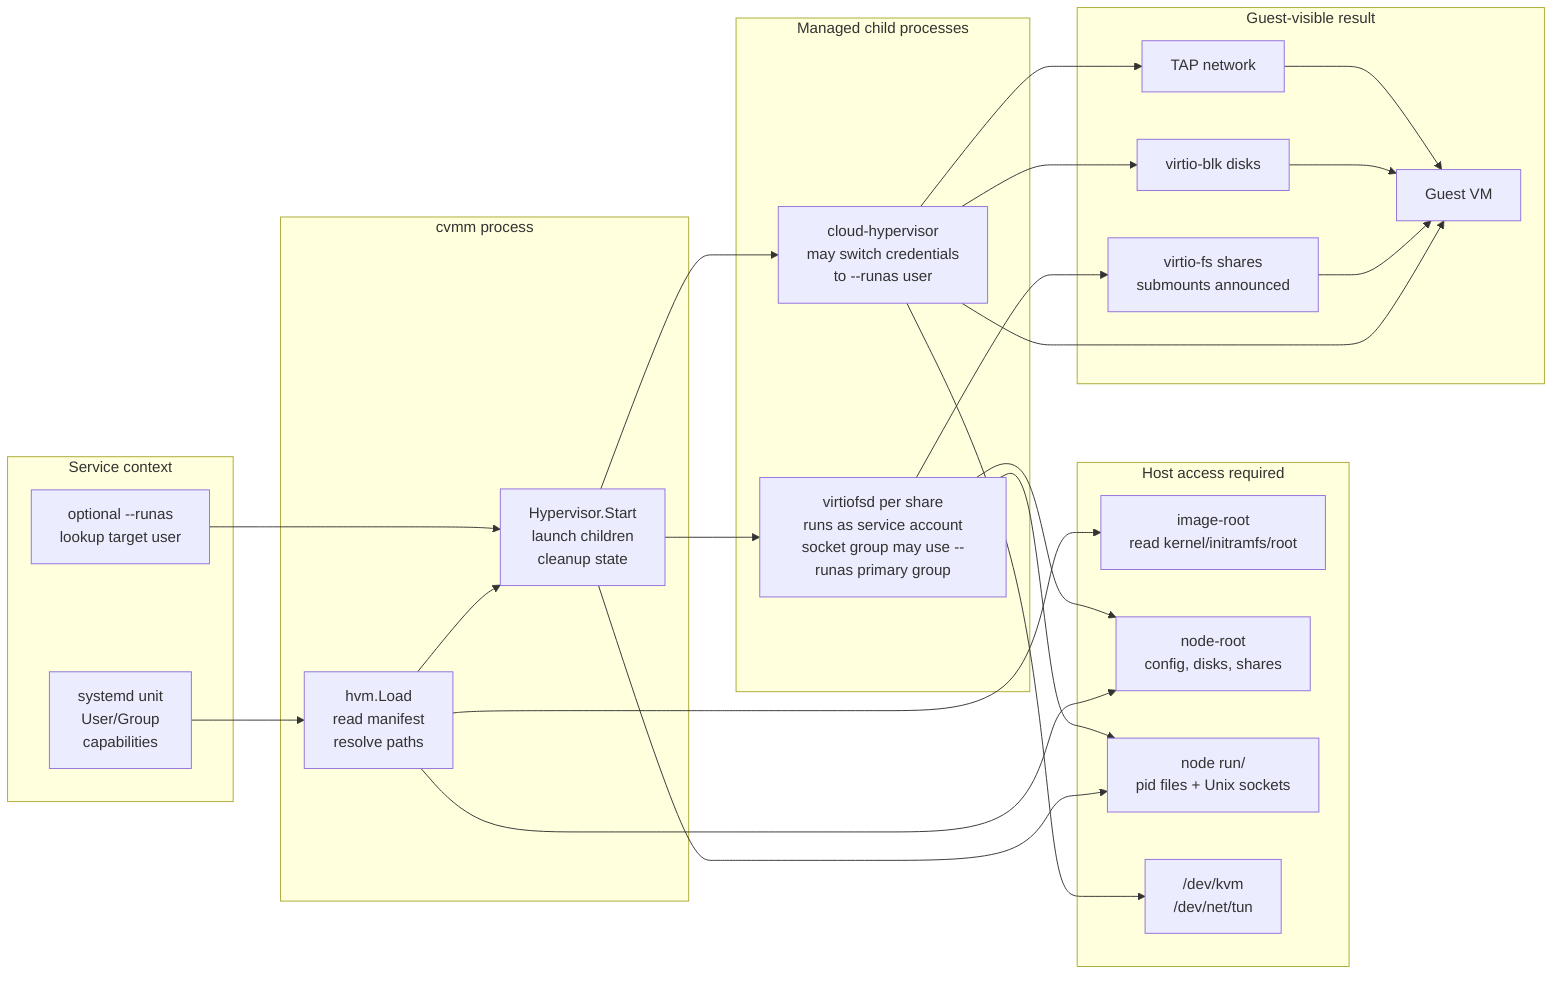
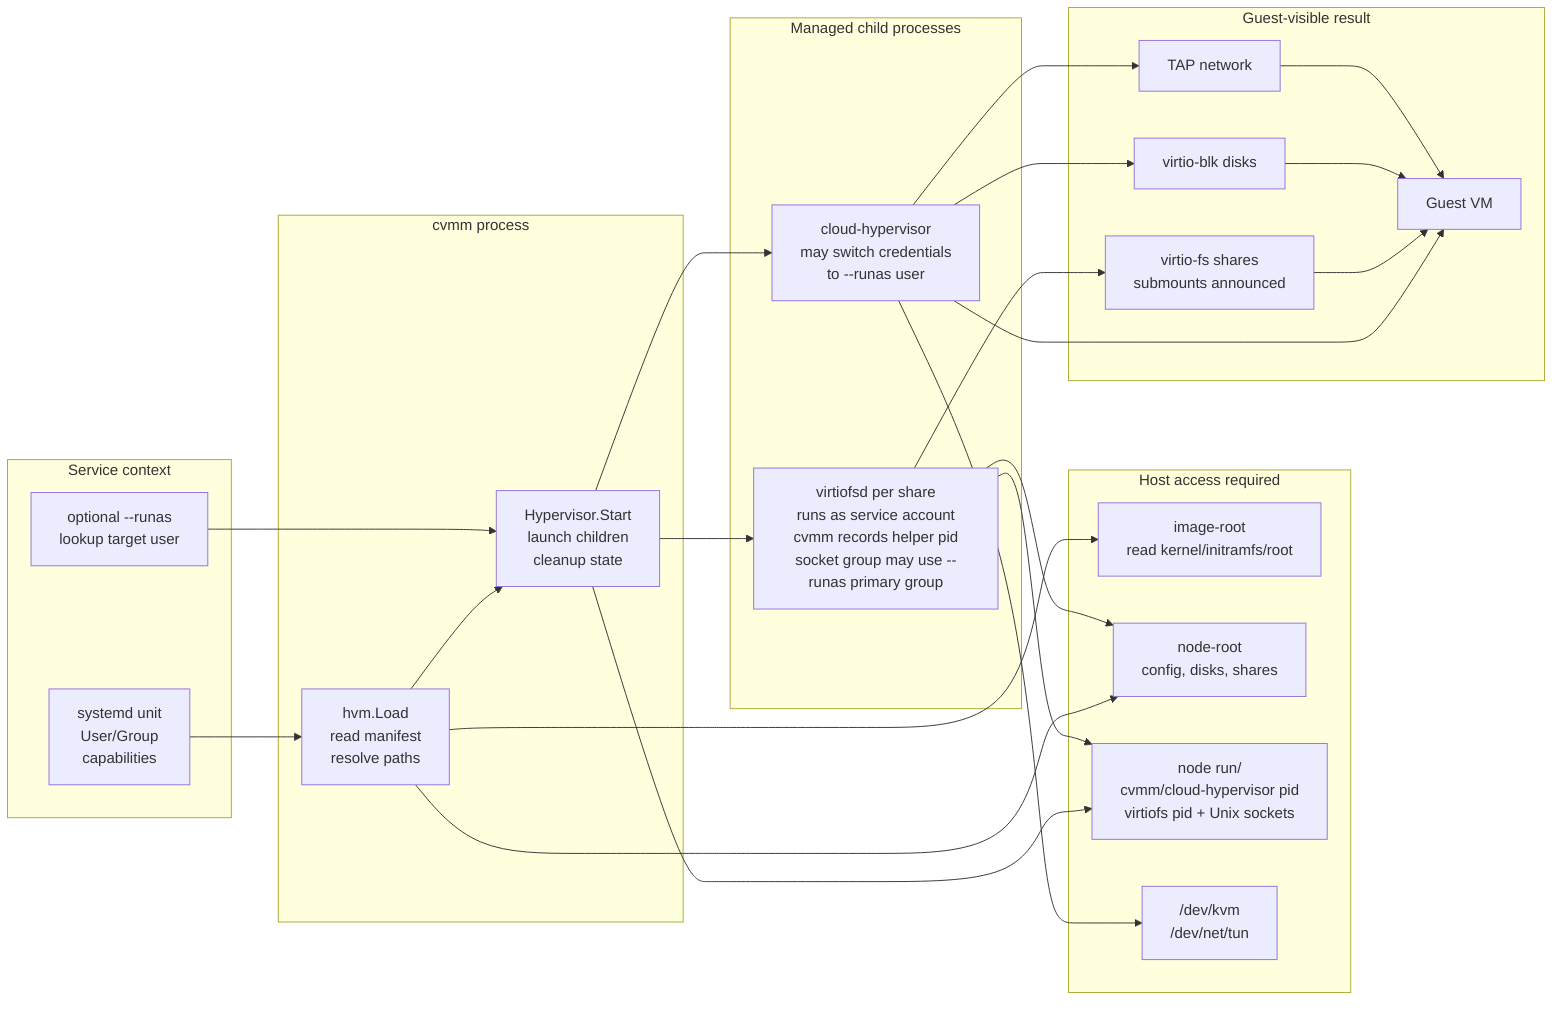
flowchart LR
    subgraph svc["Service context"]
        systemd["systemd unit\nUser/Group\ncapabilities"]
        runas["optional --runas\nlookup target user"]
    end

    subgraph cvmm["cvmm process"]
        load["hvm.Load\nread manifest\nresolve paths"]
        start["Hypervisor.Start\nlaunch children\ncleanup state"]
    end

    subgraph host["Host access required"]
        image["image-root\nread kernel/initramfs/root"]
        node["node-root\nconfig, disks, shares"]
-         run["node run/\npid files + Unix sockets"]
+         run["node run/\ncvmm/cloud-hypervisor pid\nvirtiofs pid + Unix sockets"]
        devices["/dev/kvm\n/dev/net/tun"]
    end

    subgraph children["Managed child processes"]
        ch["cloud-hypervisor\nmay switch credentials\nto --runas user"]
-         vfs["virtiofsd per share\nruns as service account\nsocket group may use --runas primary group"]
+         vfs["virtiofsd per share\nruns as service account\ncvmm records helper pid\nsocket group may use --runas primary group"]
    end

    subgraph guest["Guest-visible result"]
        vm["Guest VM"]
        block["virtio-blk disks"]
        fs["virtio-fs shares\nsubmounts announced"]
        net["TAP network"]
    end

    systemd --> load --> start
    runas --> start
    load --> image
    load --> node
    start --> run
    start --> ch
    start --> vfs
    ch --> devices
    ch --> vm
    ch --> block
    ch --> net
    vfs --> node
    vfs --> run
    vfs --> fs
    fs --> vm
    block --> vm
    net --> vm
